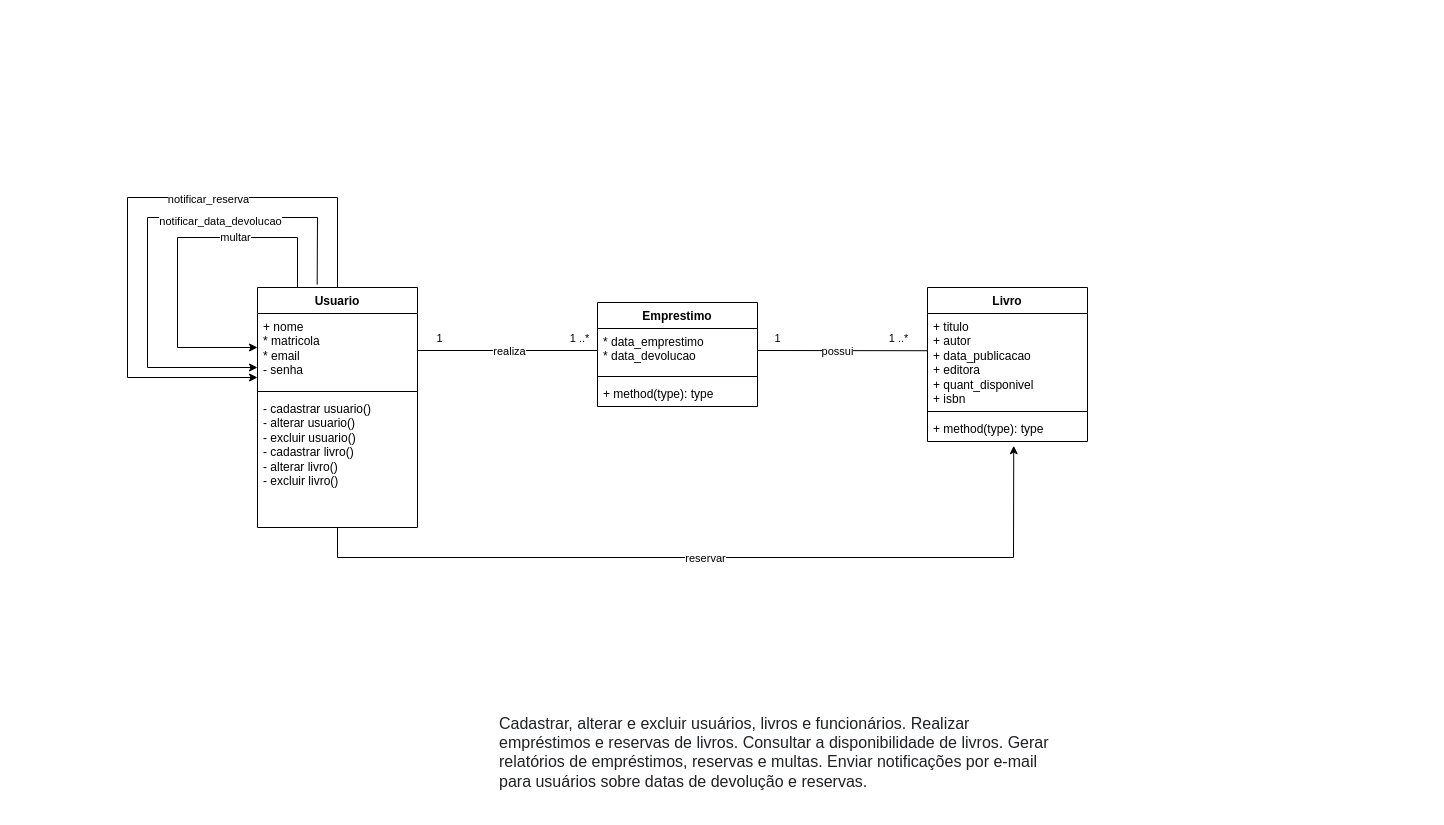
Above: APOO/biblioteca_diagrama_classe.drawio in joao-marcos-azvd/Estudos-de-programacao (draw.io), before the change. Source tidied: cells renumbered, new cells numbered last; positions are measured from the earlier drawing's top-left corner, leaving out a move shared by most shapes. Both pictures are drawn from the tidied source at 100%, with x=0, y=0 at pixel (127, 197).
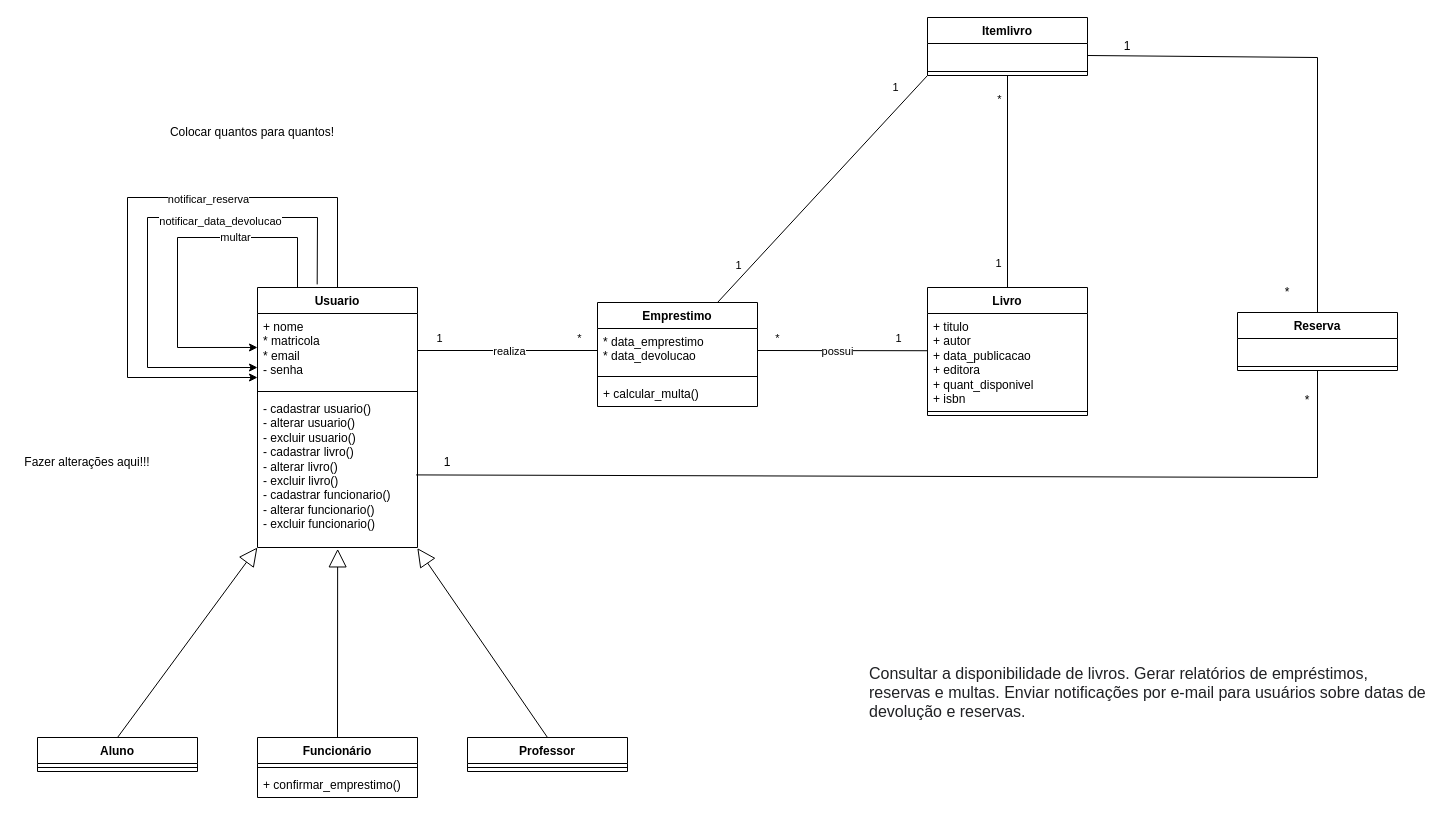
Above is the later version.

The change refers to these unchanged cells:
```xml
<mxCell id="14" value="Emprestimo" style="swimlane;fontStyle=1;align=center;verticalAlign=top;horizontal=1;startSize=26;whiteSpace=wrap;html=1;" parent="1" vertex="1">
  <mxGeometry x="470" y="105" width="160" height="104" as="geometry" />
</mxCell>
<mxCell id="18" style="endArrow=none;html=1;rounded=0;exitX=1;exitY=0.5;exitDx=0;exitDy=0;entryX=0;entryY=0.5;entryDx=0;entryDy=0;" parent="1" edge="1" source="3" target="15">
  <mxGeometry relative="1" as="geometry" />
</mxCell>
<mxCell id="22" style="endArrow=none;html=1;rounded=0;exitX=1;exitY=0.5;exitDx=0;exitDy=0;entryX=-0.003;entryY=0.396;entryDx=0;entryDy=0;entryPerimeter=0;" parent="1" edge="1" source="15" target="11">
  <mxGeometry relative="1" as="geometry" />
</mxCell>
```

Change to the diagram source:
```diff
@@
     <mxCell id="2" value="Usuario" style="swimlane;fontStyle=1;align=center;verticalAlign=top;horizontal=1;startSize=26;whiteSpace=wrap;html=1;" parent="1" vertex="1">
-      <mxGeometry x="130" y="90" width="160" height="240" as="geometry" />
+      <mxGeometry x="130" y="90" width="160" height="260" as="geometry" />
     </mxCell>
@@
-    <mxCell id="5" value="- cadastrar usuario()&lt;div&gt;- alterar usuario()&lt;/div&gt;&lt;div&gt;- excluir usuario()&lt;/div&gt;&lt;div&gt;- cadastrar livro()&lt;div&gt;- alterar livro()&lt;/div&gt;&lt;div&gt;- excluir livro()&lt;/div&gt;&lt;div&gt;&lt;br&gt;&lt;/div&gt;&lt;/div&gt;&lt;div&gt;&lt;br&gt;&lt;/div&gt;" style="text;strokeColor=none;fillColor=none;align=left;verticalAlign=top;spacingLeft=4;spacingRight=4;overflow=hidden;points=[[0,0.5],[1,0.5]];portConstraint=eastwest;whiteSpace=wrap;html=1;" parent="2" vertex="1">
-      <mxGeometry y="108" width="160" height="132" as="geometry" />
+    <mxCell id="5" value="- cadastrar usuario()&lt;div&gt;- alterar usuario()&lt;/div&gt;&lt;div&gt;- excluir usuario()&lt;/div&gt;&lt;div&gt;- cadastrar livro()&lt;div&gt;- alterar livro()&lt;/div&gt;&lt;div&gt;- excluir livro()&lt;/div&gt;&lt;div&gt;- cadastrar funcionario()&lt;div&gt;- alterar funcionario()&lt;/div&gt;&lt;div&gt;- excluir&amp;nbsp;funcionario()&lt;/div&gt;&lt;/div&gt;&lt;/div&gt;&lt;div&gt;&lt;br&gt;&lt;/div&gt;" style="text;strokeColor=none;fillColor=none;align=left;verticalAlign=top;spacingLeft=4;spacingRight=4;overflow=hidden;points=[[0,0.5],[1,0.5]];portConstraint=eastwest;whiteSpace=wrap;html=1;" parent="2" vertex="1">
+      <mxGeometry y="108" width="160" height="152" as="geometry" />
     </mxCell>
@@
     <mxCell id="10" value="Livro" style="swimlane;fontStyle=1;align=center;verticalAlign=top;horizontal=1;startSize=26;whiteSpace=wrap;html=1;" parent="1" vertex="1">
-      <mxGeometry x="800" y="90" width="160" height="154" as="geometry" />
+      <mxGeometry x="800" y="90" width="160" height="128" as="geometry" />
     </mxCell>
@@
-    <mxCell id="13" value="+ method(type): type" style="text;strokeColor=none;fillColor=none;align=left;verticalAlign=top;spacingLeft=4;spacingRight=4;overflow=hidden;points=[[0,0.5],[1,0.5]];portConstraint=eastwest;whiteSpace=wrap;html=1;" parent="10" vertex="1">
-      <mxGeometry y="128" width="160" height="26" as="geometry" />
-    </mxCell>
@@
-    <mxCell id="17" value="+ method(type): type" style="text;strokeColor=none;fillColor=none;align=left;verticalAlign=top;spacingLeft=4;spacingRight=4;overflow=hidden;whiteSpace=wrap;html=1;" parent="14" vertex="1">
+    <mxCell id="17" value="+ calcular_multa()" style="text;strokeColor=none;fillColor=none;align=left;verticalAlign=top;spacingLeft=4;spacingRight=4;overflow=hidden;whiteSpace=wrap;html=1;" parent="14" vertex="1">
       <mxGeometry y="78" width="160" height="26" as="geometry" />
     </mxCell>
@@
-    <mxCell id="21" value="1 ..*" style="edgeLabel;html=1;align=center;verticalAlign=middle;" parent="18" vertex="1">
+    <mxCell id="21" value="*" style="edgeLabel;html=1;align=center;verticalAlign=middle;" parent="18" vertex="1">
       <mxGeometry x="0.81" y="-1" relative="1" as="geometry">
         <mxPoint x="-2" y="-14" as="offset" />
       </mxGeometry>
     </mxCell>
@@
-    <mxCell id="24" value="1 ..*" style="edgeLabel;html=1;align=center;verticalAlign=middle;" parent="22" vertex="1">
+    <mxCell id="24" value="1" style="edgeLabel;html=1;align=center;verticalAlign=middle;" parent="22" vertex="1">
       <mxGeometry x="0.81" y="3" relative="1" as="geometry">
         <mxPoint x="-13" y="-10" as="offset" />
       </mxGeometry>
     </mxCell>
-    <mxCell id="25" value="1" style="edgeLabel;html=1;align=center;verticalAlign=middle;" parent="22" vertex="1">
+    <mxCell id="25" value="*" style="edgeLabel;html=1;align=center;verticalAlign=middle;" parent="22" vertex="1">
       <mxGeometry x="-0.77" y="1" relative="1" as="geometry">
         <mxPoint y="-12" as="offset" />
       </mxGeometry>
     </mxCell>
-    <mxCell id="26" style="edgeStyle=none;rounded=0;jettySize=auto;html=1;entryX=0.539;entryY=1.163;entryDx=0;entryDy=0;entryPerimeter=0;" parent="1" edge="1" source="2" target="13">
-      <mxGeometry relative="1" as="geometry">
-        <Array as="points">
-          <mxPoint x="210" y="360" />
-          <mxPoint x="886" y="360" />
-        </Array>
-      </mxGeometry>
-    </mxCell>
-    <mxCell id="27" value="reservar" style="edgeLabel;html=1;align=center;verticalAlign=middle;" parent="26" vertex="1">
-      <mxGeometry x="-0.03" relative="1" as="geometry" />
-    </mxCell>
-    <mxCell id="28" value="&lt;span style=&quot;color: rgb(32, 33, 36); font-family: docs-Roboto, Helvetica, Arial, sans-serif; font-size: 16px; font-style: normal; font-variant-ligatures: normal; font-variant-caps: normal; font-weight: 400; letter-spacing: normal; orphans: 2; text-align: start; text-indent: 0px; text-transform: none; widows: 2; word-spacing: 0px; -webkit-text-stroke-width: 0px; white-space: normal; background-color: rgb(255, 255, 255); text-decoration-thickness: initial; text-decoration-style: initial; text-decoration-color: initial; display: inline !important; float: none;&quot;&gt;Cadastrar, alterar e excluir usuários, livros e funcionários. Realizar empréstimos e reservas de livros. Consultar a disponibilidade de livros. Gerar relatórios de empréstimos, reservas e multas. Enviar notificações por e-mail para usuários sobre datas de devolução e reservas.&lt;/span&gt;" style="text;whiteSpace=wrap;html=1;" parent="1" vertex="1">
-      <mxGeometry x="370" y="510" width="560" height="100" as="geometry" />
+    <mxCell id="28" value="&lt;span style=&quot;color: rgb(32, 33, 36); font-family: docs-Roboto, Helvetica, Arial, sans-serif; font-size: 16px; font-style: normal; font-variant-ligatures: normal; font-variant-caps: normal; font-weight: 400; letter-spacing: normal; orphans: 2; text-align: start; text-indent: 0px; text-transform: none; widows: 2; word-spacing: 0px; -webkit-text-stroke-width: 0px; white-space: normal; background-color: rgb(255, 255, 255); text-decoration-thickness: initial; text-decoration-style: initial; text-decoration-color: initial; display: inline !important; float: none;&quot;&gt;Consultar a disponibilidade de livros. Gerar relatórios de empréstimos, reservas e multas. Enviar notificações por e-mail para usuários sobre datas de devolução e reservas.&lt;/span&gt;" style="text;whiteSpace=wrap;html=1;" parent="1" vertex="1">
+      <mxGeometry x="740" y="460" width="560" height="100" as="geometry" />
     </mxCell>
@@
+    <mxCell id="31" value="Aluno" style="swimlane;fontStyle=1;align=center;verticalAlign=top;horizontal=1;startSize=26;whiteSpace=wrap;html=1;" parent="1" vertex="1">
+      <mxGeometry x="-90" y="540" width="160" height="34" as="geometry" />
+    </mxCell>
+    <mxCell id="32" style="line;strokeWidth=1;fillColor=none;align=left;verticalAlign=middle;spacingTop=-1;spacingLeft=3;spacingRight=3;labelPosition=right;strokeColor=inherit;" parent="31" vertex="1">
+      <mxGeometry y="26" width="160" height="8" as="geometry" />
+    </mxCell>
+    <mxCell id="33" value="Professor" style="swimlane;fontStyle=1;align=center;verticalAlign=top;horizontal=1;startSize=26;whiteSpace=wrap;html=1;" parent="1" vertex="1">
+      <mxGeometry x="340" y="540" width="160" height="34" as="geometry" />
+    </mxCell>
+    <mxCell id="34" style="line;strokeWidth=1;fillColor=none;align=left;verticalAlign=middle;spacingTop=-1;spacingLeft=3;spacingRight=3;labelPosition=right;strokeColor=inherit;" parent="33" vertex="1">
+      <mxGeometry y="26" width="160" height="8" as="geometry" />
+    </mxCell>
+    <mxCell id="35" value="Funcionário" style="swimlane;fontStyle=1;align=center;verticalAlign=top;horizontal=1;startSize=26;whiteSpace=wrap;html=1;" parent="1" vertex="1">
+      <mxGeometry x="130" y="540" width="160" height="60" as="geometry" />
+    </mxCell>
+    <mxCell id="36" style="line;strokeWidth=1;fillColor=none;align=left;verticalAlign=middle;spacingTop=-1;spacingLeft=3;spacingRight=3;labelPosition=right;strokeColor=inherit;" parent="35" vertex="1">
+      <mxGeometry y="26" width="160" height="8" as="geometry" />
+    </mxCell>
+    <mxCell id="37" value="+ confirmar_emprestimo()" style="text;strokeColor=none;fillColor=none;align=left;verticalAlign=top;spacingLeft=4;spacingRight=4;overflow=hidden;whiteSpace=wrap;html=1;" parent="35" vertex="1">
+      <mxGeometry y="34" width="160" height="26" as="geometry" />
+    </mxCell>
+    <mxCell id="38" style="endArrow=block;endSize=16;endFill=0;html=1;rounded=0;exitX=0.5;exitY=0;exitDx=0;exitDy=0;entryX=-0.001;entryY=1;entryDx=0;entryDy=0;entryPerimeter=0;" parent="1" edge="1" source="31" target="5">
+      <mxGeometry relative="1" as="geometry" />
+    </mxCell>
+    <mxCell id="39" style="endArrow=block;endSize=16;endFill=0;html=1;rounded=0;exitX=0.5;exitY=0;exitDx=0;exitDy=0;entryX=0.501;entryY=1.009;entryDx=0;entryDy=0;entryPerimeter=0;" parent="1" edge="1" source="35" target="5">
+      <mxGeometry relative="1" as="geometry" />
+    </mxCell>
+    <mxCell id="40" style="endArrow=block;endSize=16;endFill=0;html=1;rounded=0;exitX=0.5;exitY=0;exitDx=0;exitDy=0;entryX=0.999;entryY=1.004;entryDx=0;entryDy=0;entryPerimeter=0;" parent="1" edge="1" source="33" target="5">
+      <mxGeometry relative="1" as="geometry" />
+    </mxCell>
+    <mxCell id="41" value="Itemlivro" style="swimlane;fontStyle=1;align=center;verticalAlign=top;horizontal=1;startSize=26;whiteSpace=wrap;html=1;" parent="1" vertex="1">
+      <mxGeometry x="800" y="-180" width="160" height="58" as="geometry" />
+    </mxCell>
+    <mxCell id="42" value="&lt;div&gt;&lt;br&gt;&lt;/div&gt;" style="text;strokeColor=none;fillColor=none;align=left;verticalAlign=top;spacingLeft=4;spacingRight=4;overflow=hidden;points=[[0,0.5],[1,0.5]];portConstraint=eastwest;whiteSpace=wrap;html=1;" parent="41" vertex="1">
+      <mxGeometry y="26" width="160" height="24" as="geometry" />
+    </mxCell>
+    <mxCell id="43" style="line;strokeWidth=1;fillColor=none;align=left;verticalAlign=middle;spacingTop=-1;spacingLeft=3;spacingRight=3;labelPosition=right;strokeColor=inherit;" parent="41" vertex="1">
+      <mxGeometry y="50" width="160" height="8" as="geometry" />
+    </mxCell>
+    <mxCell id="44" style="endArrow=none;html=1;rounded=0;exitX=0.5;exitY=0;exitDx=0;exitDy=0;entryX=0.5;entryY=1;entryDx=0;entryDy=0;" parent="1" edge="1" source="10" target="41">
+      <mxGeometry relative="1" as="geometry" />
+    </mxCell>
+    <mxCell id="45" value="1" style="edgeLabel;html=1;align=center;verticalAlign=middle;" parent="44" vertex="1">
+      <mxGeometry x="-0.66" relative="1" as="geometry">
+        <mxPoint x="-10" y="11" as="offset" />
+      </mxGeometry>
+    </mxCell>
+    <mxCell id="46" value="*" style="edgeLabel;html=1;align=center;verticalAlign=middle;" parent="44" vertex="1">
+      <mxGeometry x="0.78" relative="1" as="geometry">
+        <mxPoint x="-9" as="offset" />
+      </mxGeometry>
+    </mxCell>
+    <mxCell id="47" style="endArrow=none;html=1;rounded=0;exitX=0.75;exitY=0;exitDx=0;exitDy=0;entryX=0;entryY=1;entryDx=0;entryDy=0;" parent="1" edge="1" source="14" target="41">
+      <mxGeometry relative="1" as="geometry" />
+    </mxCell>
+    <mxCell id="48" value="1" style="edgeLabel;html=1;align=center;verticalAlign=middle;" parent="47" vertex="1">
+      <mxGeometry x="-0.66" relative="1" as="geometry">
+        <mxPoint x="-15" y="1" as="offset" />
+      </mxGeometry>
+    </mxCell>
+    <mxCell id="49" value="1" style="edgeLabel;html=1;align=center;verticalAlign=middle;" parent="47" vertex="1">
+      <mxGeometry x="0.78" relative="1" as="geometry">
+        <mxPoint x="-9" y="-14" as="offset" />
+      </mxGeometry>
+    </mxCell>
+    <mxCell id="50" value="Reserva" style="swimlane;fontStyle=1;align=center;verticalAlign=top;horizontal=1;startSize=26;whiteSpace=wrap;html=1;" parent="1" vertex="1">
+      <mxGeometry x="1110" y="115" width="160" height="58" as="geometry" />
+    </mxCell>
+    <mxCell id="51" value="&lt;div&gt;&lt;br&gt;&lt;/div&gt;" style="text;strokeColor=none;fillColor=none;align=left;verticalAlign=top;spacingLeft=4;spacingRight=4;overflow=hidden;whiteSpace=wrap;html=1;" parent="50" vertex="1">
+      <mxGeometry y="26" width="160" height="24" as="geometry" />
+    </mxCell>
+    <mxCell id="52" style="line;strokeWidth=1;fillColor=none;align=left;verticalAlign=middle;spacingTop=-1;spacingLeft=3;spacingRight=3;labelPosition=right;strokeColor=inherit;" parent="50" vertex="1">
+      <mxGeometry y="50" width="160" height="8" as="geometry" />
+    </mxCell>
+    <mxCell id="53" style="endArrow=none;html=1;rounded=0;exitX=0.5;exitY=0;exitDx=0;exitDy=0;entryX=1;entryY=0.5;entryDx=0;entryDy=0;" parent="1" edge="1" source="50" target="42">
+      <mxGeometry relative="1" as="geometry">
+        <Array as="points">
+          <mxPoint x="1190" y="-140" />
+        </Array>
+      </mxGeometry>
+    </mxCell>
+    <mxCell id="54" style="endArrow=none;html=1;rounded=0;entryX=-0.022;entryY=0.914;entryDx=0;entryDy=0;entryPerimeter=0;exitX=0.5;exitY=1;exitDx=0;exitDy=0;" parent="1" edge="1" source="50" target="58">
+      <mxGeometry relative="1" as="geometry">
+        <Array as="points">
+          <mxPoint x="1190" y="280" />
+        </Array>
+      </mxGeometry>
+    </mxCell>
+    <mxCell id="55" value="1" style="text;strokeColor=none;align=center;fillColor=none;html=1;verticalAlign=middle;whiteSpace=wrap;rounded=0;" parent="1" vertex="1">
+      <mxGeometry x="970" y="-166" width="60" height="30" as="geometry" />
+    </mxCell>
+    <mxCell id="56" value="*" style="text;strokeColor=none;align=center;fillColor=none;html=1;verticalAlign=middle;whiteSpace=wrap;rounded=0;" parent="1" vertex="1">
+      <mxGeometry x="1130" y="80" width="60" height="30" as="geometry" />
+    </mxCell>
+    <mxCell id="57" value="*" style="text;strokeColor=none;align=center;fillColor=none;html=1;verticalAlign=middle;whiteSpace=wrap;rounded=0;" parent="1" vertex="1">
+      <mxGeometry x="1150" y="188" width="60" height="30" as="geometry" />
+    </mxCell>
+    <mxCell id="58" value="1" style="text;strokeColor=none;align=center;fillColor=none;html=1;verticalAlign=middle;whiteSpace=wrap;rounded=0;" parent="1" vertex="1">
+      <mxGeometry x="290" y="250" width="60" height="30" as="geometry" />
+    </mxCell>
+    <mxCell id="59" value="Fazer alterações aqui!!!" style="text;strokeColor=none;align=center;fillColor=none;html=1;verticalAlign=middle;whiteSpace=wrap;rounded=0;" parent="1" vertex="1">
+      <mxGeometry x="-110" y="235" width="140" height="60" as="geometry" />
+    </mxCell>
+    <mxCell id="60" value="Colocar quantos para quantos!" style="text;strokeColor=none;align=center;fillColor=none;html=1;verticalAlign=middle;whiteSpace=wrap;rounded=0;" parent="1" vertex="1">
+      <mxGeometry x="30" y="-80" width="190" height="30" as="geometry" />
+    </mxCell>
```
